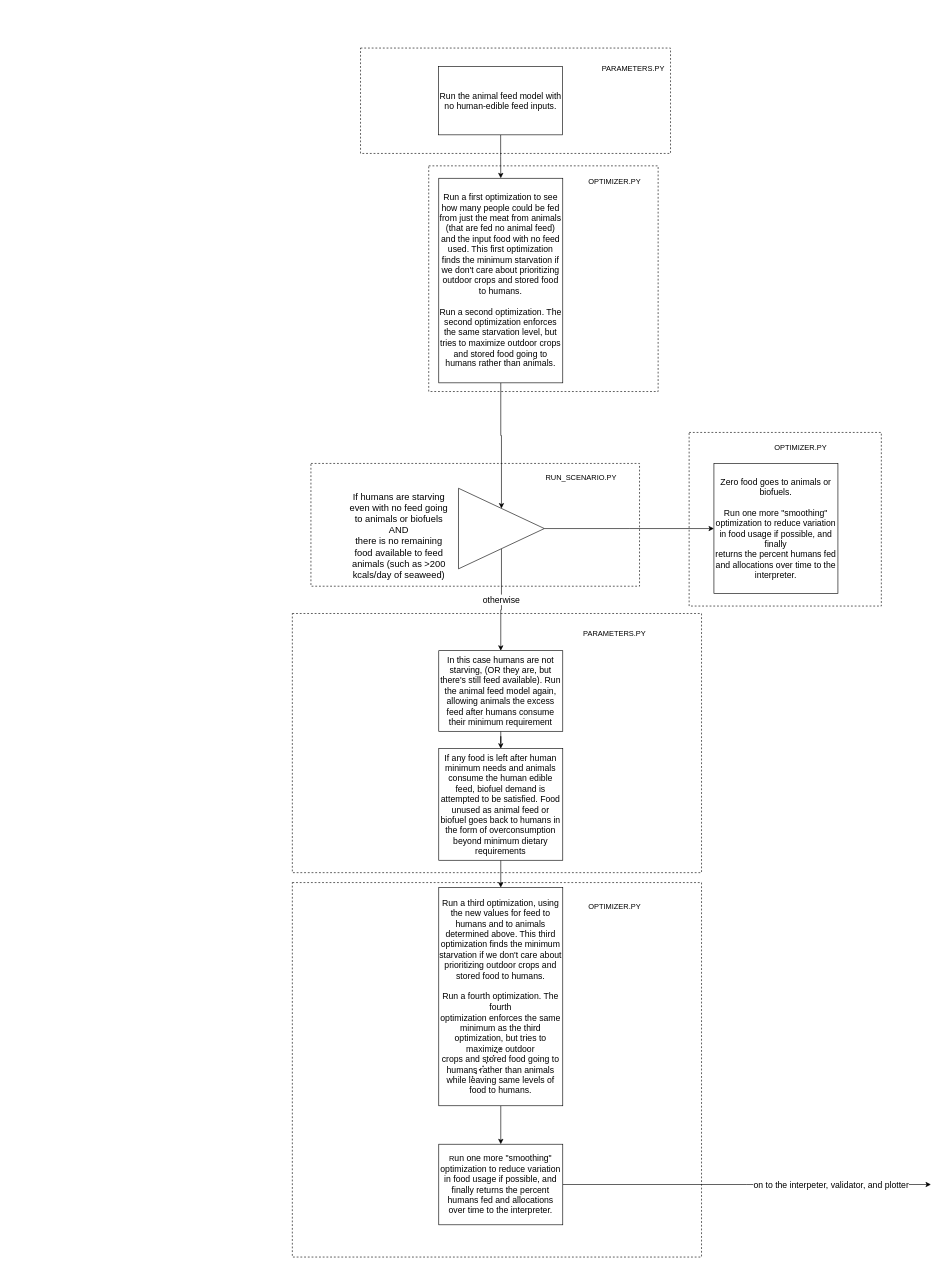
The draw.io diagram docs/repository_flowchart/FeedOptimizerFlow.drawio in allfed/allfed-integrated-model, before the edit. Source tidied: cells renumbered, new cells numbered last; positions are measured from the earlier drawing's top-left corner, leaving out a move shared by most shapes. Both pictures are drawn from the tidied source at 62%, with x=0, y=0 at pixel (292, 48).
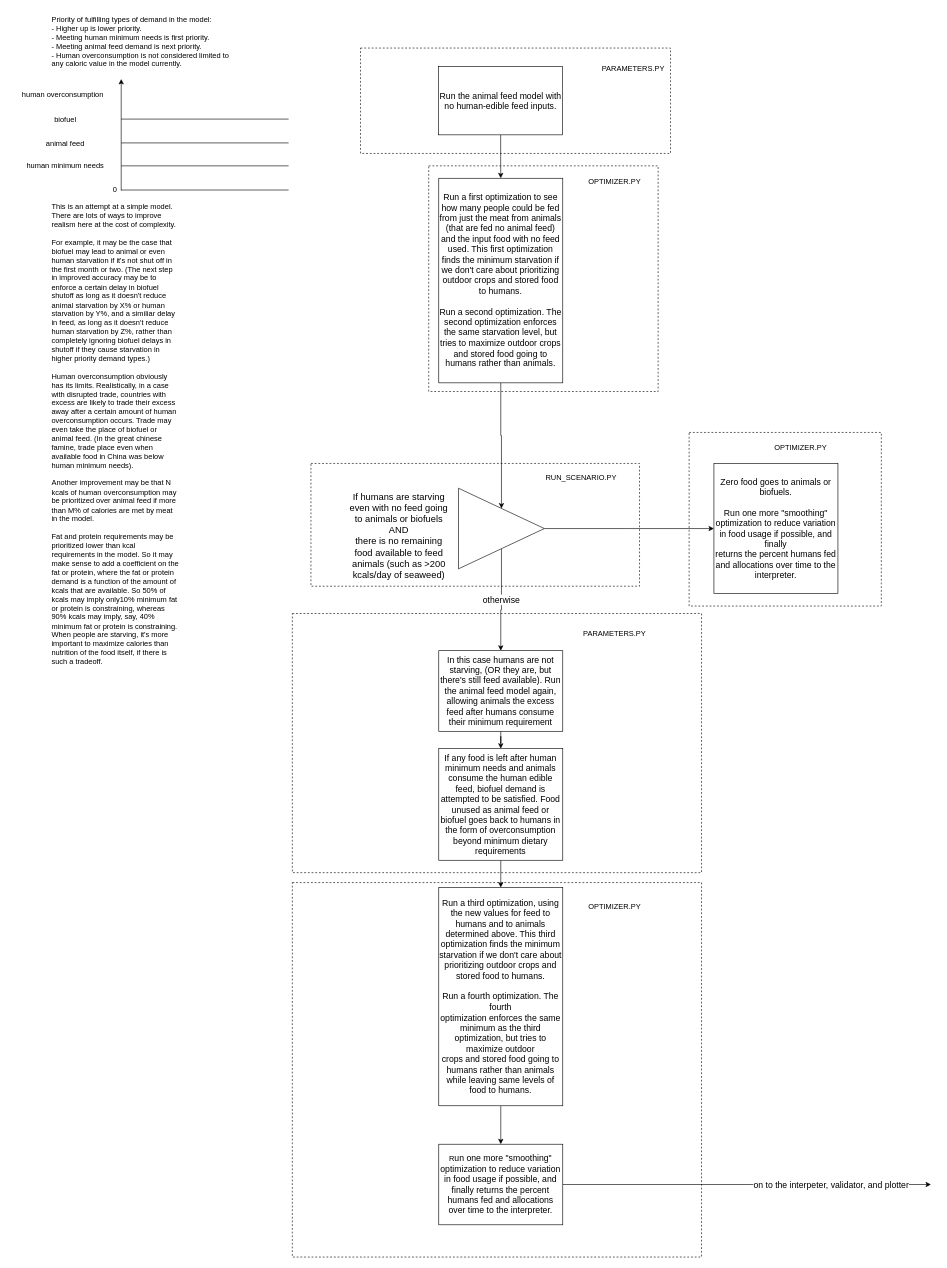
Above is the later version.

What changed in the source:
```diff
@@
-    <mxCell id="25" style="endArrow=none;dashed=1;html=1;dashPattern=1 3;strokeWidth=2;rounded=0;" parent="1" edge="1">
-      <mxGeometry relative="1" as="geometry">
-        <mxPoint x="290" y="1660" as="sourcePoint" />
-        <mxPoint x="340" y="1610" as="targetPoint" />
-      </mxGeometry>
-    </mxCell>
@@
+    <mxCell id="33" style="endArrow=classic;html=1;rounded=0;" parent="1" edge="1">
+      <mxGeometry relative="1" as="geometry">
+        <mxPoint x="-276" y="230" as="sourcePoint" />
+        <mxPoint x="-276" y="50" as="targetPoint" />
+      </mxGeometry>
+    </mxCell>
+    <mxCell id="34" style="endArrow=none;html=1;rounded=0;" parent="1" edge="1">
+      <mxGeometry relative="1" as="geometry">
+        <mxPoint x="-276" y="190" as="sourcePoint" />
+        <mxPoint x="-6" y="190" as="targetPoint" />
+      </mxGeometry>
+    </mxCell>
+    <mxCell id="35" style="endArrow=none;html=1;rounded=0;" parent="1" edge="1">
+      <mxGeometry relative="1" as="geometry">
+        <mxPoint x="-276" y="153" as="sourcePoint" />
+        <mxPoint x="-6" y="153" as="targetPoint" />
+      </mxGeometry>
+    </mxCell>
+    <mxCell id="36" value="human minimum needs" style="text;html=1;strokeColor=none;fillColor=none;align=center;verticalAlign=middle;whiteSpace=wrap;rounded=0;" parent="1" vertex="1">
+      <mxGeometry x="-454" y="175" width="176" height="30" as="geometry" />
+    </mxCell>
+    <mxCell id="37" value="animal feed" style="text;html=1;strokeColor=none;fillColor=none;align=center;verticalAlign=middle;whiteSpace=wrap;rounded=0;" parent="1" vertex="1">
+      <mxGeometry x="-411" y="140" width="90" height="30" as="geometry" />
+    </mxCell>
+    <mxCell id="38" value="biofuel" style="text;html=1;strokeColor=none;fillColor=none;align=center;verticalAlign=middle;whiteSpace=wrap;rounded=0;" parent="1" vertex="1">
+      <mxGeometry x="-396" y="100" width="60" height="30" as="geometry" />
+    </mxCell>
+    <mxCell id="39" style="endArrow=none;html=1;rounded=0;" parent="1" edge="1">
+      <mxGeometry relative="1" as="geometry">
+        <mxPoint x="-276" y="114.6" as="sourcePoint" />
+        <mxPoint x="-6" y="114.6" as="targetPoint" />
+      </mxGeometry>
+    </mxCell>
+    <mxCell id="40" value="human overconsumption" style="text;html=1;strokeColor=none;fillColor=none;align=center;verticalAlign=middle;whiteSpace=wrap;rounded=0;" parent="1" vertex="1">
+      <mxGeometry x="-450" y="60" width="160" height="30" as="geometry" />
+    </mxCell>
+    <mxCell id="41" style="endArrow=none;html=1;rounded=0;" parent="1" edge="1">
+      <mxGeometry relative="1" as="geometry">
+        <mxPoint x="-276" y="229" as="sourcePoint" />
+        <mxPoint x="-6" y="229" as="targetPoint" />
+      </mxGeometry>
+    </mxCell>
+    <mxCell id="42" value="0" style="text;html=1;strokeColor=none;fillColor=none;align=center;verticalAlign=middle;whiteSpace=wrap;rounded=0;" parent="1" vertex="1">
+      <mxGeometry x="-336" y="214" width="100" height="30" as="geometry" />
+    </mxCell>
+    <mxCell id="43" value="Priority of fulfilling types of demand in the model:&lt;br&gt;- Higher up is lower priority.&lt;br&gt;&lt;div&gt;- Meeting human minimum needs is first priority.&lt;/div&gt;&lt;div&gt;- Meeting animal feed demand is next priority.&lt;br&gt;&lt;/div&gt;- Human overconsumption is not considered limited to any caloric value in the model currently." style="text;html=1;strokeColor=none;fillColor=none;align=left;verticalAlign=middle;whiteSpace=wrap;rounded=0;" parent="1" vertex="1">
+      <mxGeometry x="-390" y="-60" width="310" height="100" as="geometry" />
+    </mxCell>
+    <mxCell id="44" value="This is an attempt at a simple model. There are lots of ways to improve realism here at the cost of complexity.&lt;br&gt;&lt;br&gt;&lt;div&gt;For example, it may be the case that biofuel may lead to animal or even human starvation if it's not shut off in the first month or two. (The next step in improved accuracy may be to enforce a certain delay in biofuel shutoff as long as it doesn't reduce animal starvation by X% or human starvation by Y%, and a similiar delay in feed, as long as it doesn't reduce human starvation by Z%, rather than completely ignoring biofuel delays in shutoff if they cause starvation in higher priority demand types.)&lt;/div&gt;&lt;br&gt;&lt;div&gt;Human overconsumption obviously has its limits. Realistically, in a case with disrupted trade, countries with excess are likely to trade their excess away after a certain amount of human overconsumption occurs. Trade may even take the place of biofuel or animal feed. (In the great chinese famine, trade  place even when available food in China was below human minimum needs).&lt;br&gt;&lt;br&gt;Another improvement may be that N kcals of human overconsumption may be prioritized over animal feed if more than M% of calories are met by meat in the model.&amp;nbsp; &lt;br&gt;&lt;/div&gt;&lt;div&gt;&lt;br&gt;Fat and protein requirements may be prioritized lower than kcal requirements in the model. So it may make sense to add a coefficient on the fat or protein, where the fat or protein demand is a function of the amount of kcals that are available. So 50% of kcals may imply only10% minimum fat or protein is constraining, whereas 90% kcals may imply, say, 40% minimum fat or protein is constraining. When people are starving, it's more important to maximize calories than nutrition of the food itself, if there is such a tradeoff.&lt;br&gt;&lt;/div&gt;" style="text;html=1;strokeColor=none;fillColor=none;align=left;verticalAlign=middle;whiteSpace=wrap;rounded=0;" parent="1" vertex="1">
+      <mxGeometry x="-390" y="253" width="210" height="740" as="geometry" />
+    </mxCell>
```
